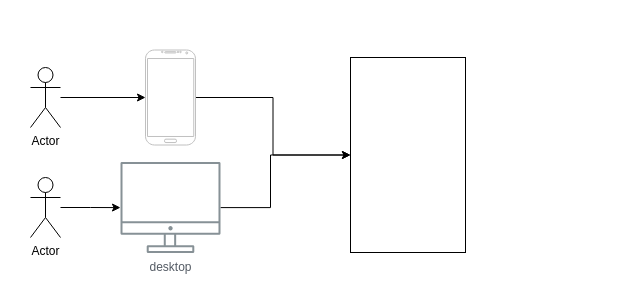
FloraRosaPupo/App-cadastro-imobiliario keeps this draw.io diagram as Diagrama sem nome.drawio. Above is the earlier version. Source tidied: cells renumbered, new cells numbered last; positions are measured from the earlier drawing's top-left corner, leaving out a move shared by most shapes. Both pictures are drawn from the tidied source at 100%, with x=0, y=0 at pixel (30, 49).
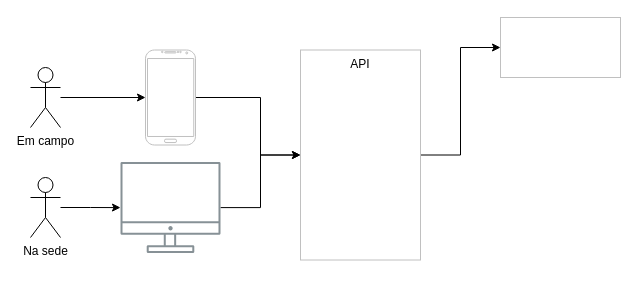
After the change.

Diff of the diagram source:
```diff
@@
 <mxGraphModel>
   <root>
     <mxCell id="0" />
     <mxCell id="1" parent="0" />
     <mxCell id="2" style="edgeStyle=orthogonalEdgeStyle;rounded=0;jettySize=auto;html=1;" parent="1" edge="1" source="3" target="5">
       <mxGeometry relative="1" as="geometry" />
     </mxCell>
-    <mxCell id="3" value="Actor" style="shape=umlActor;verticalLabelPosition=bottom;verticalAlign=top;html=1;outlineConnect=0;" parent="1" vertex="1">
+    <mxCell id="3" value="Em campo&lt;br&gt;" style="shape=umlActor;verticalLabelPosition=bottom;verticalAlign=top;html=1;outlineConnect=0;" parent="1" vertex="1">
       <mxGeometry y="18" width="30" height="60" as="geometry" />
     </mxCell>
-    <mxCell id="4" style="edgeStyle=orthogonalEdgeStyle;rounded=0;jettySize=auto;html=1;entryX=0.5;entryY=1;entryDx=0;entryDy=0;" parent="1" edge="1" source="5" target="10">
-      <mxGeometry relative="1" as="geometry" />
-    </mxCell>
+    <mxCell id="11" style="edgeStyle=orthogonalEdgeStyle;rounded=0;jettySize=auto;html=1;entryX=0;entryY=0.5;entryDx=0;entryDy=0;" parent="1" edge="1" source="5" target="14">
+      <mxGeometry relative="1" as="geometry">
+        <Array as="points">
+          <mxPoint x="230" y="48" />
+          <mxPoint x="230" y="106" />
+        </Array>
+      </mxGeometry>
+    </mxCell>
     <mxCell id="5" style="verticalLabelPosition=bottom;verticalAlign=top;html=1;shadow=0;dashed=0;strokeWidth=1;shape=mxgraph.android.phone2;strokeColor=#c0c0c0;" parent="1" vertex="1">
       <mxGeometry x="115" y="0.5" width="50" height="95" as="geometry" />
     </mxCell>
     <mxCell id="6" style="edgeStyle=orthogonalEdgeStyle;rounded=0;jettySize=auto;html=1;" parent="1" edge="1" source="7" target="9">
       <mxGeometry relative="1" as="geometry" />
     </mxCell>
-    <mxCell id="7" value="Actor" style="shape=umlActor;verticalLabelPosition=bottom;verticalAlign=top;html=1;outlineConnect=0;" parent="1" vertex="1">
+    <mxCell id="7" value="Na sede&lt;br&gt;" style="shape=umlActor;verticalLabelPosition=bottom;verticalAlign=top;html=1;outlineConnect=0;" parent="1" vertex="1">
       <mxGeometry y="128" width="30" height="60" as="geometry" />
     </mxCell>
-    <mxCell id="8" style="edgeStyle=orthogonalEdgeStyle;rounded=0;jettySize=auto;html=1;entryX=0.5;entryY=1;entryDx=0;entryDy=0;" parent="1" edge="1" source="9" target="10">
-      <mxGeometry relative="1" as="geometry">
-        <Array as="points">
-          <mxPoint x="240" y="158" />
-          <mxPoint x="240" y="106" />
-        </Array>
-      </mxGeometry>
-    </mxCell>
+    <mxCell id="12" style="edgeStyle=orthogonalEdgeStyle;rounded=0;jettySize=auto;html=1;entryX=0;entryY=0.5;entryDx=0;entryDy=0;" parent="1" edge="1" source="9" target="14">
+      <mxGeometry relative="1" as="geometry">
+        <Array as="points">
+          <mxPoint x="230" y="158" />
+          <mxPoint x="230" y="106" />
+        </Array>
+      </mxGeometry>
+    </mxCell>
-    <mxCell id="9" value="desktop" style="sketch=0;outlineConnect=0;gradientColor=none;fontColor=#545B64;strokeColor=none;fillColor=#879196;dashed=0;verticalLabelPosition=bottom;verticalAlign=top;align=center;html=1;fontSize=12;fontStyle=0;shape=mxgraph.aws4.illustration_desktop;" parent="1" vertex="1">
+    <mxCell id="9" style="sketch=0;outlineConnect=0;gradientColor=none;fontColor=#545B64;strokeColor=none;fillColor=#879196;dashed=0;verticalLabelPosition=bottom;verticalAlign=top;align=center;html=1;fontSize=12;fontStyle=0;shape=mxgraph.aws4.illustration_desktop;" parent="1" vertex="1">
       <mxGeometry x="90" y="112.5" width="100" height="91" as="geometry" />
     </mxCell>
-    <mxCell id="10" style="rounded=0;whiteSpace=wrap;html=1;rotation=90;" parent="1" vertex="1">
-      <mxGeometry x="280" y="48" width="195" height="115" as="geometry" />
-    </mxCell>
+    <mxCell id="13" style="edgeStyle=orthogonalEdgeStyle;rounded=0;jettySize=auto;html=1;" parent="1" edge="1" source="14" target="15">
+      <mxGeometry relative="1" as="geometry" />
+    </mxCell>
+    <mxCell id="14" value="API&lt;br&gt;" style="whiteSpace=wrap;html=1;verticalAlign=top;strokeColor=#c0c0c0;shadow=0;dashed=0;strokeWidth=1;" parent="1" vertex="1">
+      <mxGeometry x="270" y="0.5" width="120" height="210" as="geometry" />
+    </mxCell>
+    <mxCell id="15" style="whiteSpace=wrap;html=1;verticalAlign=top;strokeColor=#c0c0c0;shadow=0;dashed=0;strokeWidth=1;" parent="1" vertex="1">
+      <mxGeometry x="470" y="-32" width="120" height="60" as="geometry" />
+    </mxCell>
   </root>
 </mxGraphModel>
```
